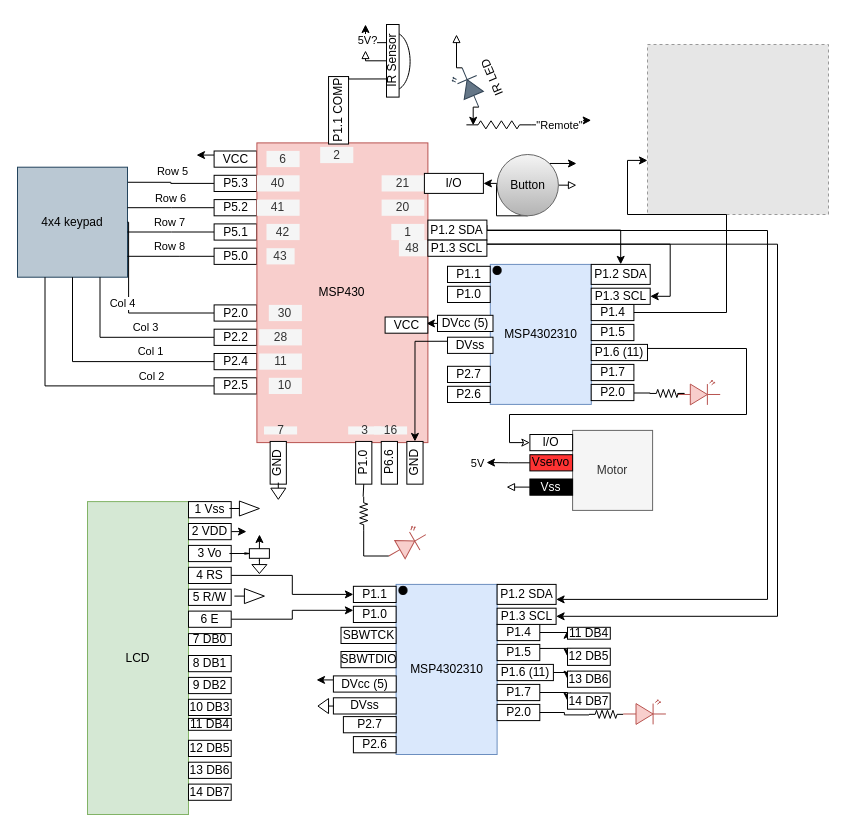
Earlier version of the draw.io diagram page "CircuitDiagram" (3 of 4) of docs/planning/FinalProjectCharts.drawio (msu-eele-465/final-project-ecallery888). Source tidied: cells renumbered, new cells numbered last; positions are measured from the earlier drawing's top-left corner, leaving out a move shared by most shapes. Both pictures are drawn from the tidied source at 100%, with x=0, y=0 at pixel (17, 24). Pictures stored in the file or linked from it are replaced by grey dashed boxes.
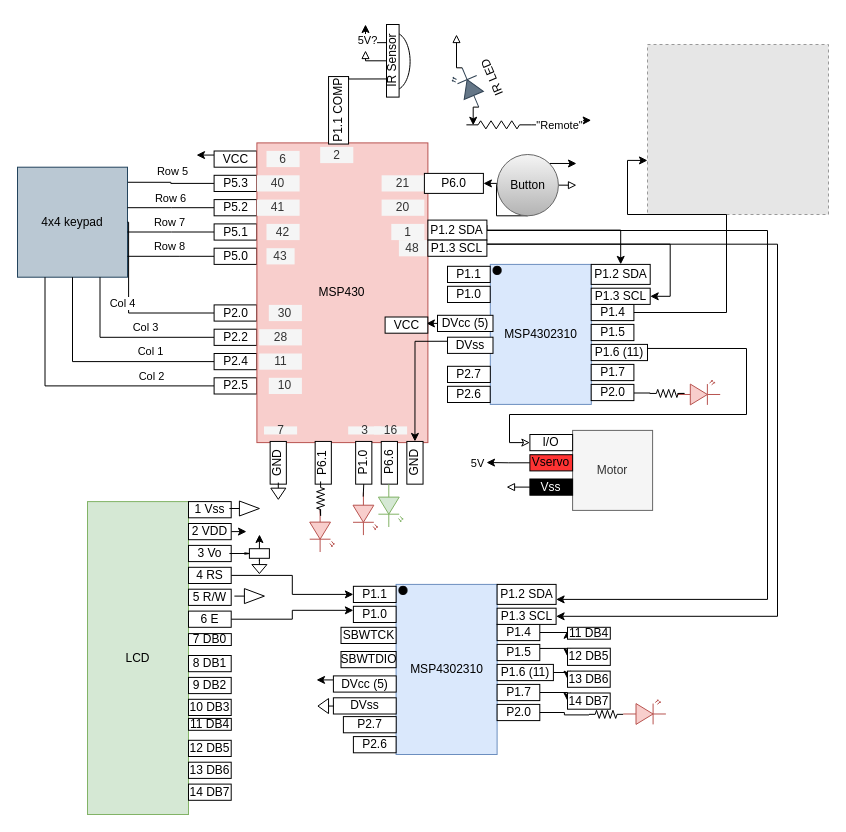
Above is the later version.

The change refers to these unchanged cells:
```xml
<mxCell id="43" value="P1.0" style="rounded=0;whiteSpace=wrap;html=1;direction=west;rotation=-90;" parent="41" vertex="1">
  <mxGeometry x="-25.6" y="24.3" width="42.7" height="16.2" as="geometry" />
</mxCell>
```

Change to the diagram source:
```diff
@@
-    <mxCell id="45" style="verticalLabelPosition=bottom;shadow=0;dashed=0;align=center;html=1;verticalAlign=top;shape=mxgraph.electrical.opto_electronics.led_2;rotation=-30;fillColor=#f8cecc;strokeColor=#b85450;" parent="1" vertex="1">
-      <mxGeometry x="367.6" y="507.2" width="42.7" height="24.3" as="geometry" />
+    <mxCell id="45" style="verticalLabelPosition=bottom;shadow=0;dashed=0;align=center;html=1;verticalAlign=top;shape=mxgraph.electrical.opto_electronics.led_2;rotation=90;fillColor=#f8cecc;strokeColor=#b85450;" parent="1" vertex="1">
+      <mxGeometry x="326.3" y="477.1" width="42.7" height="24.3" as="geometry" />
     </mxCell>
-    <mxCell id="46" style="edgeStyle=orthogonalEdgeStyle;rounded=0;jettySize=auto;html=1;exitX=1;exitY=0.5;exitDx=0;exitDy=0;entryX=0;entryY=0.57;entryDx=0;entryDy=0;entryPerimeter=0;endArrow=none;startFill=0;" parent="1" edge="1" source="163" target="45">
-      <mxGeometry relative="1" as="geometry">
-        <Array as="points">
-          <mxPoint x="346.3" y="530.7" />
-        </Array>
-      </mxGeometry>
-    </mxCell>
@@
-    <mxCell id="161" value="I/O" style="rounded=0;whiteSpace=wrap;html=1;" parent="1" vertex="1">
+    <mxCell id="161" value="P6.0" style="rounded=0;whiteSpace=wrap;html=1;" parent="1" vertex="1">
       <mxGeometry x="406.9" y="148.9" width="59" height="20" as="geometry" />
     </mxCell>
-    <mxCell id="162" style="edgeStyle=orthogonalEdgeStyle;rounded=0;jettySize=auto;html=1;exitX=1;exitY=0.5;exitDx=0;exitDy=0;entryX=0;entryY=0.57;entryDx=0;entryDy=0;entryPerimeter=0;endArrow=none;startFill=0;" parent="1" edge="1" source="43" target="163">
-      <mxGeometry relative="1" as="geometry" />
+    <mxCell id="162" style="edgeStyle=orthogonalEdgeStyle;rounded=0;jettySize=auto;html=1;exitX=1;exitY=0.5;exitDx=0;exitDy=0;entryX=0;entryY=0.57;entryDx=0;entryDy=0;entryPerimeter=0;endArrow=none;startFill=0;" parent="1" edge="1" source="43">
+      <mxGeometry relative="1" as="geometry">
+        <mxPoint x="345.7" y="472.1" as="targetPoint" />
+      </mxGeometry>
     </mxCell>
-    <mxCell id="163" style="verticalLabelPosition=bottom;shadow=0;dashed=0;align=center;html=1;verticalAlign=top;shape=mxgraph.electrical.resistors.resistor_2;rotation=90;" parent="1" vertex="1">
-      <mxGeometry x="329.1" y="485.2" width="34.2" height="8.1" as="geometry" />
-    </mxCell>
@@
+    <mxCell id="166" style="verticalLabelPosition=bottom;shadow=0;dashed=0;align=center;html=1;verticalAlign=top;shape=mxgraph.electrical.opto_electronics.led_2;rotation=90;fillColor=#d5e8d4;strokeColor=#82b366;" parent="1" vertex="1">
+      <mxGeometry x="351.7" y="469" width="42.7" height="24.3" as="geometry" />
+    </mxCell>
+    <mxCell id="167" value="P6.1" style="rounded=0;whiteSpace=wrap;html=1;direction=west;rotation=-90;" parent="1" vertex="1">
+      <mxGeometry x="284.4" y="430.2" width="42.7" height="16.2" as="geometry" />
+    </mxCell>
+    <mxCell id="168" style="group;rotation=90;" parent="1" vertex="1">
+      <mxGeometry x="269" y="480" width="70" height="24.3" as="geometry" />
+    </mxCell>
+    <mxCell id="169" style="verticalLabelPosition=bottom;shadow=0;dashed=0;align=center;html=1;verticalAlign=top;shape=mxgraph.electrical.opto_electronics.led_2;rotation=90;fillColor=#f8cecc;strokeColor=#b85450;" parent="168" vertex="1">
+      <mxGeometry x="14" y="14" width="42.7" height="24.3" as="geometry" />
+    </mxCell>
+    <mxCell id="170" style="edgeStyle=orthogonalEdgeStyle;rounded=0;jettySize=auto;html=1;exitX=1;exitY=0.5;exitDx=0;exitDy=0;entryX=0;entryY=0.57;entryDx=0;entryDy=0;entryPerimeter=0;endArrow=none;startFill=0;" parent="168" edge="1" source="171" target="169">
+      <mxGeometry relative="1" as="geometry" />
+    </mxCell>
+    <mxCell id="171" style="verticalLabelPosition=bottom;shadow=0;dashed=0;align=center;html=1;verticalAlign=top;shape=mxgraph.electrical.resistors.resistor_2;rotation=90;" parent="168" vertex="1">
+      <mxGeometry x="17" y="-10" width="34.2" height="8.1" as="geometry" />
+    </mxCell>
```
